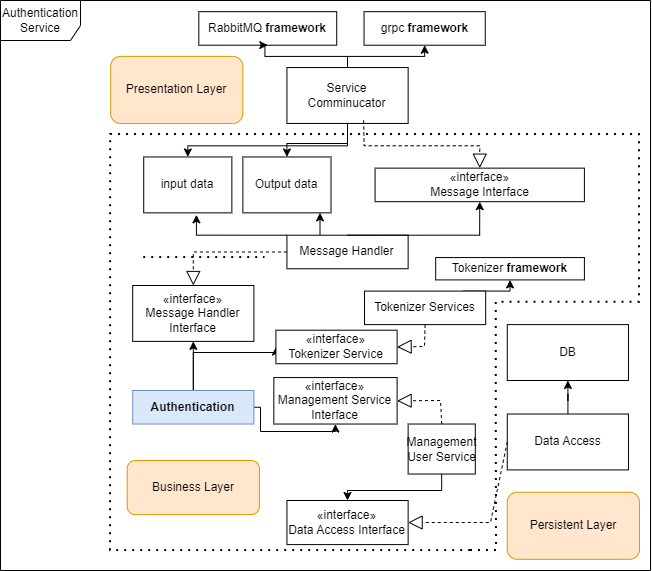
The draw.io diagram Project/diagram/Authentication-microservice/details/image/Authentication-Diragram.png in nima7997/application-architecture, before a commit. Source tidied: cells renumbered, new cells last; positions are measured from the earlier drawing's top-left corner, leaving out a move shared by most shapes. Its diagram source:
```xml
<mxGraphModel>
  <root>
    <mxCell id="0" />
    <mxCell id="1" parent="0" />
    <mxCell id="2" style="group;" parent="1" vertex="1">
      <mxGeometry width="650" height="570" as="geometry" />
    </mxCell>
    <mxCell id="3" value="Authentication Service" style="shape=umlFrame;whiteSpace=wrap;html=1;width=80;height=40;" parent="2" vertex="1">
      <mxGeometry width="650" height="570" as="geometry" />
    </mxCell>
    <mxCell id="4" value="RabbitMQ &lt;b&gt;framework&lt;/b&gt;" style="html=1;whiteSpace=wrap;" parent="2" vertex="1">
      <mxGeometry x="198.3" y="11.2" width="137.9" height="33.5" as="geometry" />
    </mxCell>
    <mxCell id="5" value="grpc &lt;b&gt;framework&lt;/b&gt;" style="html=1;whiteSpace=wrap;" parent="2" vertex="1">
      <mxGeometry x="363.6" y="11.2" width="121.2" height="33.5" as="geometry" />
    </mxCell>
    <mxCell id="6" style="edgeStyle=orthogonalEdgeStyle;rounded=0;jettySize=auto;html=1;" parent="2" edge="1" source="7" target="26">
      <mxGeometry relative="1" as="geometry">
        <Array as="points">
          <mxPoint x="319.5" y="223.5" />
          <mxPoint x="319.5" y="223.5" />
        </Array>
      </mxGeometry>
    </mxCell>
    <mxCell id="7" value="Message Handler" style="html=1;whiteSpace=wrap;" parent="2" vertex="1">
      <mxGeometry x="286.4" y="234.7" width="121.2" height="33.5" as="geometry" />
    </mxCell>
    <mxCell id="8" value="«interface»&lt;br&gt;Message Handler Interface" style="html=1;whiteSpace=wrap;" parent="2" vertex="1">
      <mxGeometry x="132.2" y="285" width="121.2" height="55.9" as="geometry" />
    </mxCell>
    <mxCell id="9" style="edgeStyle=orthogonalEdgeStyle;rounded=0;jettySize=auto;html=1;exitX=0.5;exitY=0;exitDx=0;exitDy=0;entryX=0.5;entryY=1;entryDx=0;entryDy=0;" parent="2" edge="1" source="12" target="8">
      <mxGeometry relative="1" as="geometry">
        <Array as="points">
          <mxPoint x="192.8" y="346.5" />
          <mxPoint x="192.8" y="346.5" />
        </Array>
      </mxGeometry>
    </mxCell>
    <mxCell id="10" style="edgeStyle=orthogonalEdgeStyle;rounded=0;jettySize=auto;html=1;entryX=0;entryY=0.5;entryDx=0;entryDy=0;" parent="2" edge="1" source="12" target="38">
      <mxGeometry relative="1" as="geometry">
        <Array as="points">
          <mxPoint x="193" y="352" />
        </Array>
      </mxGeometry>
    </mxCell>
    <mxCell id="11" style="edgeStyle=orthogonalEdgeStyle;rounded=0;jettySize=auto;html=1;" parent="2" edge="1" source="12" target="40">
      <mxGeometry relative="1" as="geometry">
        <Array as="points">
          <mxPoint x="260" y="407" />
          <mxPoint x="260" y="431" />
        </Array>
      </mxGeometry>
    </mxCell>
    <mxCell id="12" value="&lt;b&gt;Authentication&lt;/b&gt;" style="html=1;whiteSpace=wrap;fillColor=#dae8fc;strokeColor=#6c8ebf;" parent="2" vertex="1">
      <mxGeometry x="132.2" y="390" width="121.2" height="33.5" as="geometry" />
    </mxCell>
    <mxCell id="13" style="endArrow=block;dashed=1;endFill=0;endSize=12;html=1;rounded=0;exitX=0;exitY=0.5;exitDx=0;exitDy=0;entryX=0.5;entryY=0;entryDx=0;entryDy=0;" parent="2" edge="1" source="7" target="8">
      <mxGeometry relative="1" as="geometry">
        <Array as="points">
          <mxPoint x="192.8" y="251.5" />
        </Array>
      </mxGeometry>
    </mxCell>
    <mxCell id="14" style="edgeStyle=orthogonalEdgeStyle;rounded=0;jettySize=auto;html=1;" parent="2" edge="1" source="15" target="18">
      <mxGeometry relative="1" as="geometry" />
    </mxCell>
    <mxCell id="15" value="Data Access" style="html=1;whiteSpace=wrap;" parent="2" vertex="1">
      <mxGeometry x="506.8" y="413.5" width="121.2" height="55.9" as="geometry" />
    </mxCell>
    <mxCell id="16" value="«interface»&lt;br&gt;Data Access Interface" style="html=1;whiteSpace=wrap;" parent="2" vertex="1">
      <mxGeometry x="286.4" y="500" width="121.2" height="44.1" as="geometry" />
    </mxCell>
    <mxCell id="17" style="endArrow=block;dashed=1;endFill=0;endSize=12;html=1;rounded=0;exitX=0;exitY=0.5;exitDx=0;exitDy=0;" parent="2" edge="1" source="15" target="16">
      <mxGeometry relative="1" as="geometry">
        <Array as="points">
          <mxPoint x="490" y="522" />
        </Array>
      </mxGeometry>
    </mxCell>
    <mxCell id="18" value="DB" style="html=1;whiteSpace=wrap;" parent="2" vertex="1">
      <mxGeometry x="506.8" y="324.1" width="121.2" height="55.9" as="geometry" />
    </mxCell>
    <mxCell id="19" value="«interface»&lt;br&gt;Message Interface" style="html=1;whiteSpace=wrap;" parent="2" vertex="1">
      <mxGeometry x="374.6" y="167.6" width="209.3" height="33.5" as="geometry" />
    </mxCell>
    <mxCell id="20" style="endArrow=none;dashed=1;html=1;dashPattern=1 3;strokeWidth=2;rounded=0;" parent="2" edge="1">
      <mxGeometry relative="1" as="geometry">
        <mxPoint x="470" y="550" as="sourcePoint" />
        <mxPoint x="470" y="550" as="targetPoint" />
        <Array as="points">
          <mxPoint x="496" y="550" />
          <mxPoint x="495.8" y="413.5" />
          <mxPoint x="495.8" y="301.8" />
          <mxPoint x="639" y="301.8" />
          <mxPoint x="639" y="134.1" />
          <mxPoint x="110.2" y="134.1" />
          <mxPoint x="110" y="550" />
          <mxPoint x="290" y="550" />
        </Array>
      </mxGeometry>
    </mxCell>
    <mxCell id="21" style="edgeStyle=orthogonalEdgeStyle;rounded=0;jettySize=auto;html=1;entryX=0.5;entryY=1;entryDx=0;entryDy=0;exitX=0.5;exitY=0;exitDx=0;exitDy=0;" parent="2" edge="1" source="7" target="19">
      <mxGeometry relative="1" as="geometry">
        <Array as="points">
          <mxPoint x="347" y="234.7" />
          <mxPoint x="479.2" y="234.7" />
        </Array>
      </mxGeometry>
    </mxCell>
    <mxCell id="22" value="Persistent Layer" style="rounded=1;whiteSpace=wrap;html=1;fillColor=#ffe6cc;strokeColor=#d79b00;" parent="2" vertex="1">
      <mxGeometry x="506.8" y="491.8" width="132.2" height="67.1" as="geometry" />
    </mxCell>
    <mxCell id="23" value="Business Layer" style="rounded=1;whiteSpace=wrap;html=1;fillColor=#ffe6cc;strokeColor=#d79b00;" parent="2" vertex="1">
      <mxGeometry x="126.7" y="460" width="132.2" height="54.1" as="geometry" />
    </mxCell>
    <mxCell id="24" value="Presentation Layer" style="rounded=1;whiteSpace=wrap;html=1;fillColor=#ffe6cc;strokeColor=#d79b00;" parent="2" vertex="1">
      <mxGeometry x="110.2" y="55.9" width="132.2" height="67.1" as="geometry" />
    </mxCell>
    <mxCell id="25" value="input data" style="html=1;whiteSpace=wrap;" parent="2" vertex="1">
      <mxGeometry x="143.2" y="156.5" width="88.1" height="55.9" as="geometry" />
    </mxCell>
    <mxCell id="26" value="Output data" style="html=1;whiteSpace=wrap;" parent="2" vertex="1">
      <mxGeometry x="242.4" y="156.5" width="88.1" height="55.9" as="geometry" />
    </mxCell>
    <mxCell id="27" style="edgeStyle=orthogonalEdgeStyle;rounded=0;jettySize=auto;html=1;entryX=0.598;entryY=1.035;entryDx=0;entryDy=0;entryPerimeter=0;" parent="2" edge="1" source="7" target="25">
      <mxGeometry relative="1" as="geometry">
        <Array as="points">
          <mxPoint x="352.5" y="234.7" />
          <mxPoint x="196.1" y="234.7" />
        </Array>
      </mxGeometry>
    </mxCell>
    <mxCell id="28" style="endArrow=none;dashed=1;html=1;dashPattern=1 3;strokeWidth=2;rounded=0;" parent="2" edge="1">
      <mxGeometry relative="1" as="geometry">
        <mxPoint x="143.2" y="257.1" as="sourcePoint" />
        <mxPoint x="264.4" y="257.1" as="targetPoint" />
      </mxGeometry>
    </mxCell>
    <mxCell id="29" style="edgeStyle=orthogonalEdgeStyle;rounded=0;jettySize=auto;html=1;entryX=0.5;entryY=1;entryDx=0;entryDy=0;" parent="2" edge="1" source="33" target="5">
      <mxGeometry relative="1" as="geometry">
        <Array as="points">
          <mxPoint x="347" y="55.9" />
          <mxPoint x="424.2" y="55.9" />
        </Array>
      </mxGeometry>
    </mxCell>
    <mxCell id="30" style="edgeStyle=orthogonalEdgeStyle;rounded=0;jettySize=auto;html=1;entryX=0.5;entryY=1;entryDx=0;entryDy=0;" parent="2" edge="1" source="33" target="4">
      <mxGeometry relative="1" as="geometry">
        <Array as="points">
          <mxPoint x="347" y="55.9" />
          <mxPoint x="264.4" y="55.9" />
        </Array>
      </mxGeometry>
    </mxCell>
    <mxCell id="31" style="edgeStyle=orthogonalEdgeStyle;rounded=0;jettySize=auto;html=1;" parent="2" edge="1" source="33" target="26">
      <mxGeometry relative="1" as="geometry" />
    </mxCell>
    <mxCell id="32" style="edgeStyle=orthogonalEdgeStyle;rounded=0;jettySize=auto;html=1;entryX=0.5;entryY=0;entryDx=0;entryDy=0;" parent="2" edge="1" source="33" target="25">
      <mxGeometry relative="1" as="geometry">
        <Array as="points">
          <mxPoint x="347" y="145.3" />
          <mxPoint x="187.3" y="145.3" />
        </Array>
      </mxGeometry>
    </mxCell>
    <mxCell id="33" value="Service Comminucator" style="html=1;whiteSpace=wrap;" parent="2" vertex="1">
      <mxGeometry x="286.4" y="67.1" width="121.2" height="55.9" as="geometry" />
    </mxCell>
    <mxCell id="34" style="endArrow=block;dashed=1;endFill=0;endSize=12;html=1;rounded=0;entryX=0.5;entryY=0;entryDx=0;entryDy=0;exitX=0.633;exitY=0.946;exitDx=0;exitDy=0;exitPerimeter=0;" parent="2" edge="1" source="33" target="19">
      <mxGeometry relative="1" as="geometry">
        <Array as="points">
          <mxPoint x="363.6" y="145.3" />
          <mxPoint x="479.2" y="145.3" />
        </Array>
      </mxGeometry>
    </mxCell>
    <mxCell id="35" value="Tokenizer &lt;b&gt;framework&lt;/b&gt;" style="html=1;whiteSpace=wrap;" parent="2" vertex="1">
      <mxGeometry x="435.2" y="257.1" width="148.7" height="22.4" as="geometry" />
    </mxCell>
    <mxCell id="36" style="edgeStyle=orthogonalEdgeStyle;rounded=0;jettySize=auto;html=1;entryX=0.5;entryY=1;entryDx=0;entryDy=0;exitX=1;exitY=0.5;exitDx=0;exitDy=0;" parent="2" edge="1" source="37" target="35">
      <mxGeometry relative="1" as="geometry">
        <Array as="points">
          <mxPoint x="462.7" y="307.4" />
          <mxPoint x="462.7" y="290.6" />
          <mxPoint x="509" y="290.6" />
        </Array>
      </mxGeometry>
    </mxCell>
    <mxCell id="37" value="Tokenizer Services" style="html=1;whiteSpace=wrap;" parent="2" vertex="1">
      <mxGeometry x="364" y="290.6" width="121.2" height="33.5" as="geometry" />
    </mxCell>
    <mxCell id="38" value="«interface»&lt;br&gt;Tokenizer Service" style="html=1;whiteSpace=wrap;" parent="2" vertex="1">
      <mxGeometry x="275.4" y="329.7" width="121.2" height="33.5" as="geometry" />
    </mxCell>
    <mxCell id="39" style="endArrow=block;dashed=1;endFill=0;endSize=12;html=1;rounded=0;entryX=1;entryY=0.5;entryDx=0;entryDy=0;exitX=0.5;exitY=1;exitDx=0;exitDy=0;" parent="2" edge="1" source="37" target="38">
      <mxGeometry relative="1" as="geometry">
        <Array as="points">
          <mxPoint x="424" y="346" />
        </Array>
      </mxGeometry>
    </mxCell>
    <mxCell id="40" value="«interface»&lt;br&gt;Management Service Interface" style="html=1;whiteSpace=wrap;" parent="2" vertex="1">
      <mxGeometry x="273.3" y="377.1" width="123.3" height="46.5" as="geometry" />
    </mxCell>
    <mxCell id="41" style="edgeStyle=orthogonalEdgeStyle;rounded=0;jettySize=auto;html=1;" parent="2" edge="1" source="42" target="16">
      <mxGeometry relative="1" as="geometry">
        <Array as="points">
          <mxPoint x="347" y="490" />
        </Array>
      </mxGeometry>
    </mxCell>
    <mxCell id="42" value="Management User Service" style="html=1;whiteSpace=wrap;" parent="2" vertex="1">
      <mxGeometry x="407.6" y="423.5" width="67.2" height="50" as="geometry" />
    </mxCell>
    <mxCell id="43" style="endArrow=block;dashed=1;endFill=0;endSize=12;html=1;rounded=0;entryX=1;entryY=0.5;entryDx=0;entryDy=0;exitX=0.5;exitY=0;exitDx=0;exitDy=0;" parent="2" edge="1" source="42" target="40">
      <mxGeometry relative="1" as="geometry">
        <Array as="points">
          <mxPoint x="440" y="400" />
        </Array>
      </mxGeometry>
    </mxCell>
  </root>
</mxGraphModel>
```
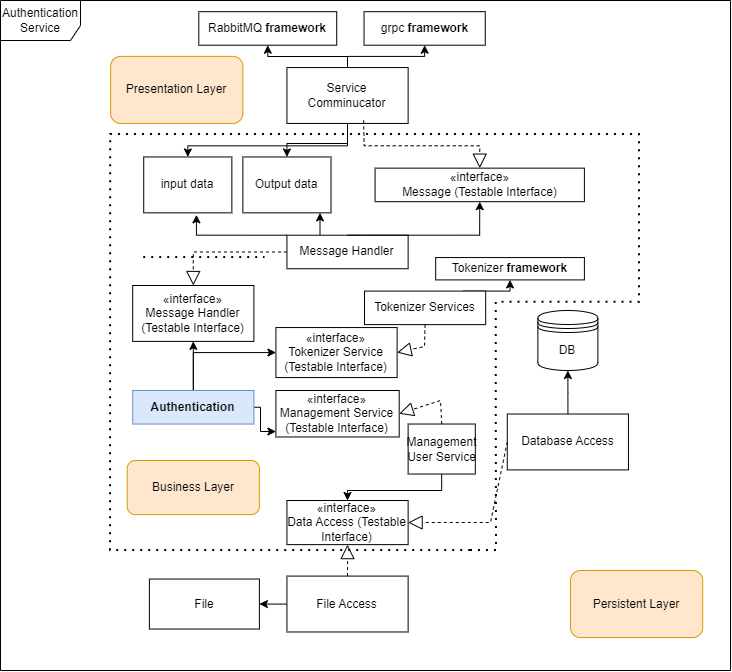
The same diagram one commit later.

Diff of the diagram source:
```diff
@@ -3,10 +3,10 @@
     <mxCell id="0" />
     <mxCell id="1" parent="0" />
     <mxCell id="2" style="group;" parent="1" vertex="1">
-      <mxGeometry width="650" height="570" as="geometry" />
+      <mxGeometry width="730" height="670" as="geometry" />
     </mxCell>
     <mxCell id="3" value="Authentication Service" style="shape=umlFrame;whiteSpace=wrap;html=1;width=80;height=40;" parent="2" vertex="1">
-      <mxGeometry width="650" height="570" as="geometry" />
+      <mxGeometry width="730" height="670" as="geometry" />
     </mxCell>
     <mxCell id="4" value="RabbitMQ &lt;b&gt;framework&lt;/b&gt;" style="html=1;whiteSpace=wrap;" parent="2" vertex="1">
       <mxGeometry x="198.3" y="11.2" width="137.9" height="33.5" as="geometry" />
@@ -25,7 +25,7 @@
     <mxCell id="7" value="Message Handler" style="html=1;whiteSpace=wrap;" parent="2" vertex="1">
       <mxGeometry x="286.4" y="234.7" width="121.2" height="33.5" as="geometry" />
     </mxCell>
-    <mxCell id="8" value="«interface»&lt;br&gt;Message Handler Interface" style="html=1;whiteSpace=wrap;" parent="2" vertex="1">
+    <mxCell id="8" value="«interface»&lt;br&gt;Message Handler (Testable Interface)" style="html=1;whiteSpace=wrap;" parent="2" vertex="1">
       <mxGeometry x="132.2" y="285" width="121.2" height="55.9" as="geometry" />
     </mxCell>
     <mxCell id="9" style="edgeStyle=orthogonalEdgeStyle;rounded=0;jettySize=auto;html=1;exitX=0.5;exitY=0;exitDx=0;exitDy=0;entryX=0.5;entryY=1;entryDx=0;entryDy=0;" parent="2" edge="1" source="12" target="8">
@@ -61,13 +61,13 @@
         </Array>
       </mxGeometry>
     </mxCell>
-    <mxCell id="14" style="edgeStyle=orthogonalEdgeStyle;rounded=0;jettySize=auto;html=1;" parent="2" edge="1" source="15" target="18">
+    <mxCell id="14" style="edgeStyle=orthogonalEdgeStyle;rounded=0;jettySize=auto;html=1;entryX=0.5;entryY=1;entryDx=0;entryDy=0;" parent="2" edge="1" source="15" target="18">
       <mxGeometry relative="1" as="geometry" />
     </mxCell>
-    <mxCell id="15" value="Data Access" style="html=1;whiteSpace=wrap;" parent="2" vertex="1">
+    <mxCell id="15" value="Database Access" style="html=1;whiteSpace=wrap;" parent="2" vertex="1">
       <mxGeometry x="506.8" y="413.5" width="121.2" height="55.9" as="geometry" />
     </mxCell>
-    <mxCell id="16" value="«interface»&lt;br&gt;Data Access Interface" style="html=1;whiteSpace=wrap;" parent="2" vertex="1">
+    <mxCell id="16" value="«interface»&lt;br&gt;Data Access (Testable Interface)" style="html=1;whiteSpace=wrap;" parent="2" vertex="1">
       <mxGeometry x="286.4" y="500" width="121.2" height="44.1" as="geometry" />
     </mxCell>
     <mxCell id="17" style="endArrow=block;dashed=1;endFill=0;endSize=12;html=1;rounded=0;exitX=0;exitY=0.5;exitDx=0;exitDy=0;" parent="2" edge="1" source="15" target="16">
@@ -77,10 +77,7 @@
         </Array>
       </mxGeometry>
     </mxCell>
-    <mxCell id="18" value="DB" style="html=1;whiteSpace=wrap;" parent="2" vertex="1">
-      <mxGeometry x="506.8" y="324.1" width="121.2" height="55.9" as="geometry" />
-    </mxCell>
-    <mxCell id="19" value="«interface»&lt;br&gt;Message Interface" style="html=1;whiteSpace=wrap;" parent="2" vertex="1">
+    <mxCell id="19" value="«interface»&lt;br&gt;Message (Testable Interface)" style="html=1;whiteSpace=wrap;" parent="2" vertex="1">
       <mxGeometry x="374.6" y="167.6" width="209.3" height="33.5" as="geometry" />
     </mxCell>
     <mxCell id="20" style="endArrow=none;dashed=1;html=1;dashPattern=1 3;strokeWidth=2;rounded=0;" parent="2" edge="1">
@@ -108,7 +105,7 @@
       </mxGeometry>
     </mxCell>
     <mxCell id="22" value="Persistent Layer" style="rounded=1;whiteSpace=wrap;html=1;fillColor=#ffe6cc;strokeColor=#d79b00;" parent="2" vertex="1">
-      <mxGeometry x="506.8" y="491.8" width="132.2" height="67.1" as="geometry" />
+      <mxGeometry x="570" y="570" width="132.2" height="67.1" as="geometry" />
     </mxCell>
     <mxCell id="23" value="Business Layer" style="rounded=1;whiteSpace=wrap;html=1;fillColor=#ffe6cc;strokeColor=#d79b00;" parent="2" vertex="1">
       <mxGeometry x="126.7" y="460" width="132.2" height="54.1" as="geometry" />
@@ -147,8 +144,8 @@
     <mxCell id="30" style="edgeStyle=orthogonalEdgeStyle;rounded=0;jettySize=auto;html=1;entryX=0.5;entryY=1;entryDx=0;entryDy=0;" parent="2" edge="1" source="33" target="4">
       <mxGeometry relative="1" as="geometry">
         <Array as="points">
-          <mxPoint x="347" y="55.9" />
-          <mxPoint x="264.4" y="55.9" />
+          <mxPoint x="347" y="56" />
+          <mxPoint x="267" y="56" />
         </Array>
       </mxGeometry>
     </mxCell>
@@ -189,8 +186,8 @@
     <mxCell id="37" value="Tokenizer Services" style="html=1;whiteSpace=wrap;" parent="2" vertex="1">
       <mxGeometry x="364" y="290.6" width="121.2" height="33.5" as="geometry" />
     </mxCell>
-    <mxCell id="38" value="«interface»&lt;br&gt;Tokenizer Service" style="html=1;whiteSpace=wrap;" parent="2" vertex="1">
-      <mxGeometry x="275.4" y="329.7" width="121.2" height="33.5" as="geometry" />
+    <mxCell id="38" value="«interface»&lt;br&gt;Tokenizer Service (Testable Interface)" style="html=1;whiteSpace=wrap;" parent="2" vertex="1">
+      <mxGeometry x="275.4" y="327.1" width="121.2" height="50" as="geometry" />
     </mxCell>
     <mxCell id="39" style="endArrow=block;dashed=1;endFill=0;endSize=12;html=1;rounded=0;entryX=1;entryY=0.5;entryDx=0;entryDy=0;exitX=0.5;exitY=1;exitDx=0;exitDy=0;" parent="2" edge="1" source="37" target="38">
       <mxGeometry relative="1" as="geometry">
@@ -199,8 +196,8 @@
         </Array>
       </mxGeometry>
     </mxCell>
-    <mxCell id="40" value="«interface»&lt;br&gt;Management Service Interface" style="html=1;whiteSpace=wrap;" parent="2" vertex="1">
-      <mxGeometry x="273.3" y="377.1" width="123.3" height="46.5" as="geometry" />
+    <mxCell id="40" value="«interface»&lt;br&gt;Management Service (Testable Interface)" style="html=1;whiteSpace=wrap;" parent="2" vertex="1">
+      <mxGeometry x="275.4" y="390" width="123.3" height="46.5" as="geometry" />
     </mxCell>
     <mxCell id="41" style="edgeStyle=orthogonalEdgeStyle;rounded=0;jettySize=auto;html=1;" parent="2" edge="1" source="42" target="16">
       <mxGeometry relative="1" as="geometry">
@@ -219,5 +216,20 @@
         </Array>
       </mxGeometry>
     </mxCell>
+    <mxCell id="18" value="DB" style="shape=datastore;whiteSpace=wrap;html=1;" parent="2" vertex="1">
+      <mxGeometry x="537.4" y="310" width="60" height="60" as="geometry" />
+    </mxCell>
+    <mxCell id="44" style="edgeStyle=orthogonalEdgeStyle;rounded=0;jettySize=auto;html=1;" parent="2" edge="1" source="45" target="47">
+      <mxGeometry relative="1" as="geometry" />
+    </mxCell>
+    <mxCell id="45" value="File Access" style="html=1;whiteSpace=wrap;" parent="2" vertex="1">
+      <mxGeometry x="286.4" y="575.6" width="121.2" height="55.9" as="geometry" />
+    </mxCell>
+    <mxCell id="46" style="endArrow=block;dashed=1;endFill=0;endSize=12;html=1;rounded=0;exitX=0.5;exitY=0;exitDx=0;exitDy=0;entryX=0.5;entryY=1;entryDx=0;entryDy=0;" parent="2" edge="1" source="45" target="16">
+      <mxGeometry relative="1" as="geometry" />
+    </mxCell>
+    <mxCell id="47" value="File" style="html=1;whiteSpace=wrap;" parent="2" vertex="1">
+      <mxGeometry x="148.9" y="578.5" width="110" height="50" as="geometry" />
+    </mxCell>
   </root>
 </mxGraphModel>
```
